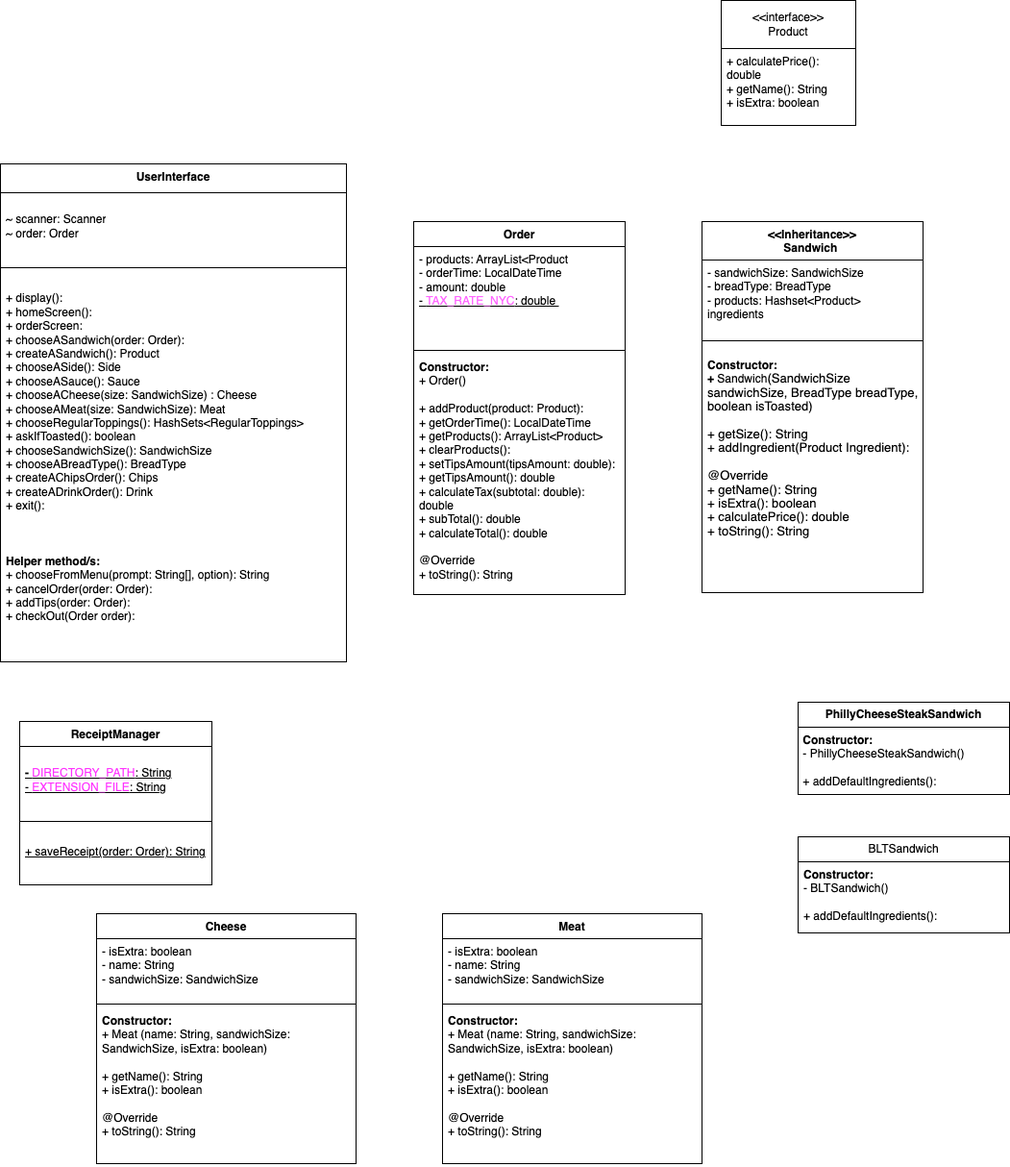
Above: src/main/resources/diagram/delicious-uml-diagram.png in pmvroque15/capstone-2 (draw.io), before the change. Source tidied: cells renumbered, new cells last; positions are measured from the earlier drawing's top-left corner, leaving out a move shared by most shapes.
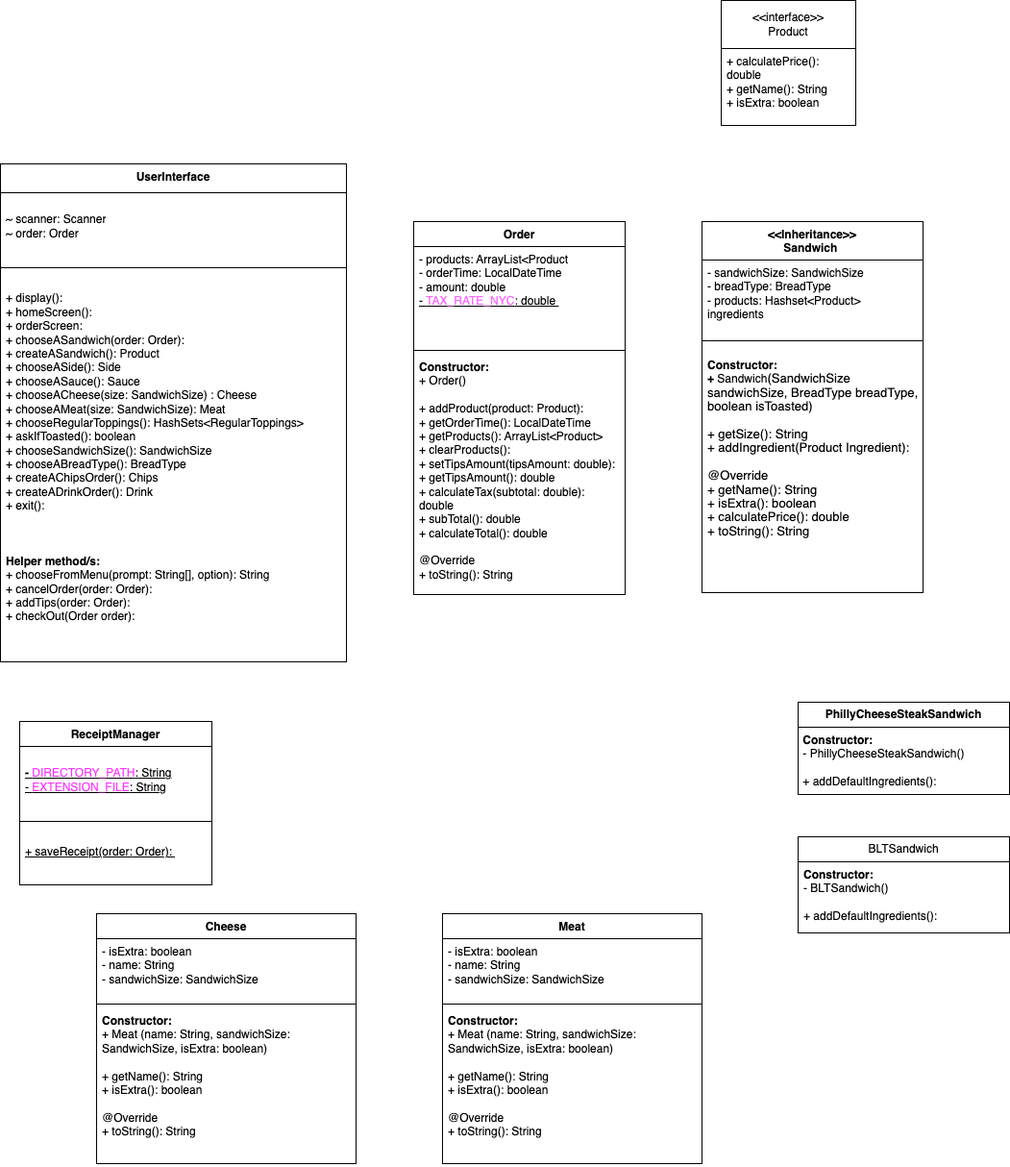
After the change.

Diff of the diagram source:
```diff
@@ -11,7 +11,7 @@
     <mxCell id="4" style="line;strokeWidth=1;fillColor=none;align=left;verticalAlign=middle;spacingTop=-1;spacingLeft=3;spacingRight=3;labelPosition=right;strokeColor=inherit;" parent="2" vertex="1">
       <mxGeometry y="100" width="200" height="8" as="geometry" />
     </mxCell>
-    <mxCell id="5" value="&lt;u&gt;&lt;br&gt;+&amp;nbsp;saveReceipt(order: Order): String&lt;/u&gt;" style="text;strokeColor=none;fillColor=none;align=left;verticalAlign=top;spacingLeft=4;spacingRight=4;overflow=hidden;whiteSpace=wrap;html=1;" parent="2" vertex="1">
+    <mxCell id="5" value="&lt;u&gt;&lt;br&gt;+&amp;nbsp;saveReceipt(order: Order):&amp;nbsp;&lt;/u&gt;" style="text;strokeColor=none;fillColor=none;align=left;verticalAlign=top;spacingLeft=4;spacingRight=4;overflow=hidden;whiteSpace=wrap;html=1;" parent="2" vertex="1">
       <mxGeometry y="108" width="200" height="62" as="geometry" />
     </mxCell>
     <mxCell id="6" value="UserInterface" style="swimlane;fontStyle=1;align=center;verticalAlign=top;horizontal=1;startSize=30;whiteSpace=wrap;html=1;" parent="1" vertex="1">
```
